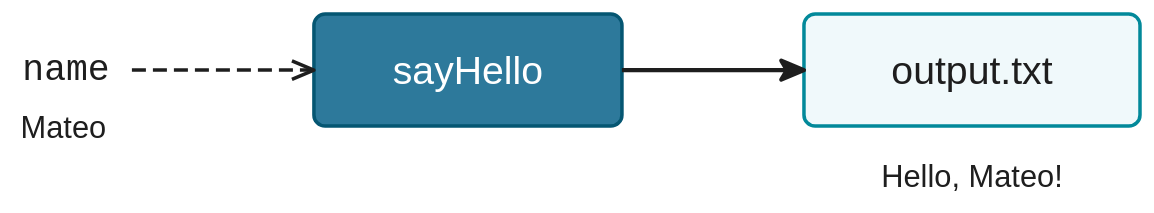
Earlier version of the draw.io export docs/en/docs/hello_nextflow/img/hello-world-input-process.drawio.svg (nextflow-io/training). Source tidied: cells renumbered, new cells last; positions are measured from the earlier drawing's top-left corner, leaving out a move shared by most shapes. Its diagram source:
```xml
<mxGraphModel>
  <root>
    <mxCell id="0" />
    <mxCell id="1" parent="0" />
    <mxCell id="2" value="sayHello" style="rounded=1;absoluteArcSize=1;arcSize=16;fillColor=#2d799b;strokeColor=#055672;strokeWidth=2.5;fontFamily=Helvetica;fontSize=28;fontColor=#ffffff;html=0;whiteSpace=nowrap;" parent="1" vertex="1">
      <mxGeometry x="214" width="220" height="80" as="geometry" />
    </mxCell>
    <mxCell id="3" value="name" style="text;align=left;verticalAlign=middle;spacing=0;spacingLeft=4;fontFamily=Menlo;fontSize=26;fontColor=#1e1e1e;html=0;whiteSpace=nowrap;" parent="1" vertex="1">
      <mxGeometry x="1.7" y="21" width="82.3" height="38" as="geometry" />
    </mxCell>
    <mxCell id="4" style="edgeStyle=none;html=0;strokeColor=#1e1e1e;endSize=12;strokeWidth=2.5;dashed=1;dashPattern=4 2;endArrow=open;endFill=0;exitX=1;exitY=0.5;exitDx=0;exitDy=0;entryX=0;entryY=0.5;entryDx=0;entryDy=0;" parent="1" edge="1" source="3" target="2">
      <mxGeometry relative="1" as="geometry" />
    </mxCell>
    <mxCell id="5" value="Mateo" style="text;align=center;verticalAlign=middle;spacing=0;spacingLeft=4;fontFamily=Helvetica;fontSize=22;fontColor=#1e1e1e;html=0;whiteSpace=nowrap;" parent="1" vertex="1">
      <mxGeometry x="-0.2" y="65" width="70.5" height="32" as="geometry" />
    </mxCell>
    <mxCell id="6" value="output.txt" style="rounded=1;absoluteArcSize=1;arcSize=16;fillColor=#f0f9fb;strokeColor=#02899a;strokeWidth=2.5;fontFamily=Helvetica;fontSize=28;fontColor=#1e1e1e;html=0;whiteSpace=nowrap;" parent="1" vertex="1">
      <mxGeometry x="564" width="240" height="80" as="geometry" />
    </mxCell>
    <mxCell id="7" style="edgeStyle=none;html=0;strokeColor=#1e1e1e;endSize=12;strokeWidth=3;endArrow=classic;endFill=1;exitX=1;exitY=0.5;exitDx=0;exitDy=0;entryX=0;entryY=0.5;entryDx=0;entryDy=0;" parent="1" edge="1" source="2" target="6">
      <mxGeometry relative="1" as="geometry" />
    </mxCell>
    <mxCell id="8" value="Hello, Mateo!" style="text;align=center;verticalAlign=middle;spacing=0;spacingLeft=4;fontFamily=Helvetica;fontSize=22;fontColor=#1e1e1e;html=0;whiteSpace=nowrap;" parent="1" vertex="1">
      <mxGeometry x="564" y="100" width="240" height="32" as="geometry" />
    </mxCell>
  </root>
</mxGraphModel>
```
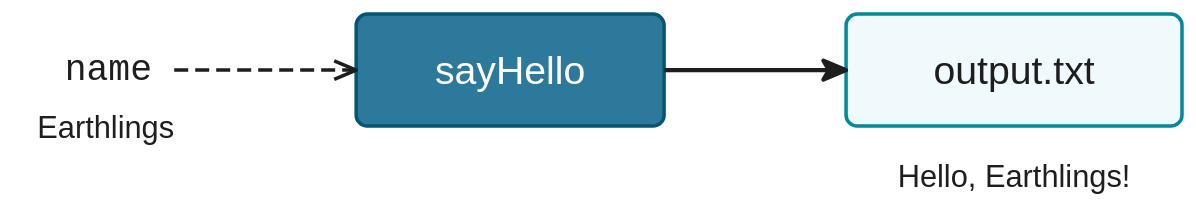
Later version of the same file.

Commit message:
docs(hello_nextflow): Hello World examples that don't use the names file

The names file only arrives in Part 2, so Part 1's runs use other
values: --who 'Earthlings' (3.3, and the 3.1 and 3.2 diagrams), the
default Friend (3.4.2) and --who 'Everyone' (3.4.3 and the quiz).

Change to the diagram source:
```diff
@@ -11,8 +11,8 @@
     <mxCell id="4" style="edgeStyle=none;html=0;strokeColor=#1e1e1e;endSize=12;strokeWidth=2.5;dashed=1;dashPattern=4 2;endArrow=open;endFill=0;exitX=1;exitY=0.5;exitDx=0;exitDy=0;entryX=0;entryY=0.5;entryDx=0;entryDy=0;" parent="1" edge="1" source="3" target="2">
       <mxGeometry relative="1" as="geometry" />
     </mxCell>
-    <mxCell id="5" value="Mateo" style="text;align=center;verticalAlign=middle;spacing=0;spacingLeft=4;fontFamily=Helvetica;fontSize=22;fontColor=#1e1e1e;html=0;whiteSpace=nowrap;" parent="1" vertex="1">
-      <mxGeometry x="-0.2" y="65" width="70.5" height="32" as="geometry" />
+    <mxCell id="5" value="Earthlings" style="text;align=center;verticalAlign=middle;spacing=0;spacingLeft=4;fontFamily=Helvetica;fontSize=22;fontColor=#1e1e1e;html=0;whiteSpace=nowrap;" parent="1" vertex="1">
+      <mxGeometry x="-30.5" y="65" width="131" height="32" as="geometry" />
     </mxCell>
     <mxCell id="6" value="output.txt" style="rounded=1;absoluteArcSize=1;arcSize=16;fillColor=#f0f9fb;strokeColor=#02899a;strokeWidth=2.5;fontFamily=Helvetica;fontSize=28;fontColor=#1e1e1e;html=0;whiteSpace=nowrap;" parent="1" vertex="1">
       <mxGeometry x="564" width="240" height="80" as="geometry" />
@@ -20,7 +20,7 @@
     <mxCell id="7" style="edgeStyle=none;html=0;strokeColor=#1e1e1e;endSize=12;strokeWidth=3;endArrow=classic;endFill=1;exitX=1;exitY=0.5;exitDx=0;exitDy=0;entryX=0;entryY=0.5;entryDx=0;entryDy=0;" parent="1" edge="1" source="2" target="6">
       <mxGeometry relative="1" as="geometry" />
     </mxCell>
-    <mxCell id="8" value="Hello, Mateo!" style="text;align=center;verticalAlign=middle;spacing=0;spacingLeft=4;fontFamily=Helvetica;fontSize=22;fontColor=#1e1e1e;html=0;whiteSpace=nowrap;" parent="1" vertex="1">
+    <mxCell id="8" value="Hello, Earthlings!" style="text;align=center;verticalAlign=middle;spacing=0;spacingLeft=4;fontFamily=Helvetica;fontSize=22;fontColor=#1e1e1e;html=0;whiteSpace=nowrap;" parent="1" vertex="1">
       <mxGeometry x="564" y="100" width="240" height="32" as="geometry" />
     </mxCell>
   </root>
```
